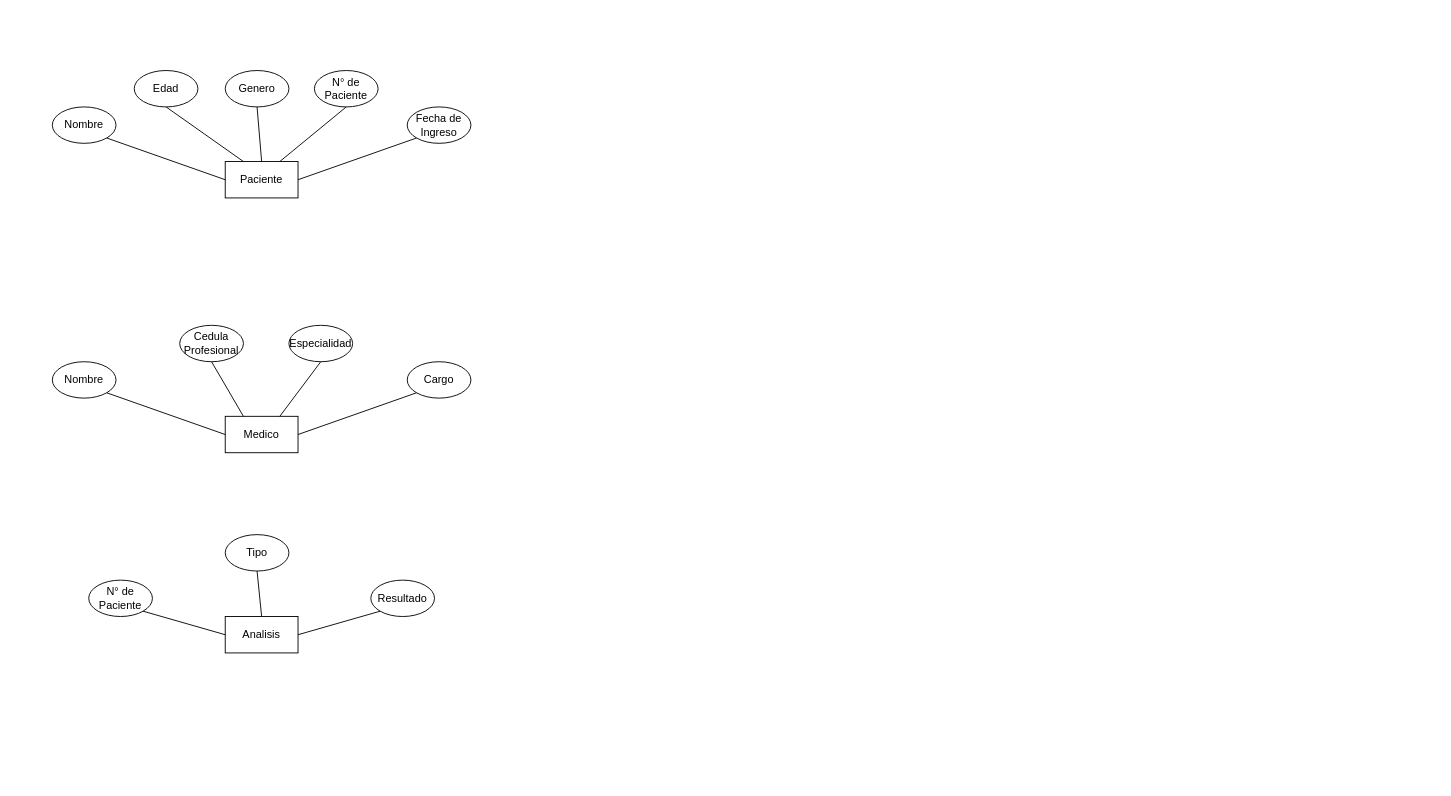
Before: page "Página-1" (1 of 2) of DIAGRAMA/Hospital.drawio in Antonia2410/fbd-Antonia-Santos, a draw.io diagram. Source tidied: cells renumbered, new cells numbered last; positions are measured from the earlier drawing's top-left corner, leaving out a move shared by most shapes. Both pictures are drawn from the tidied source at 91%, with x=0, y=0 at pixel (52, 70).
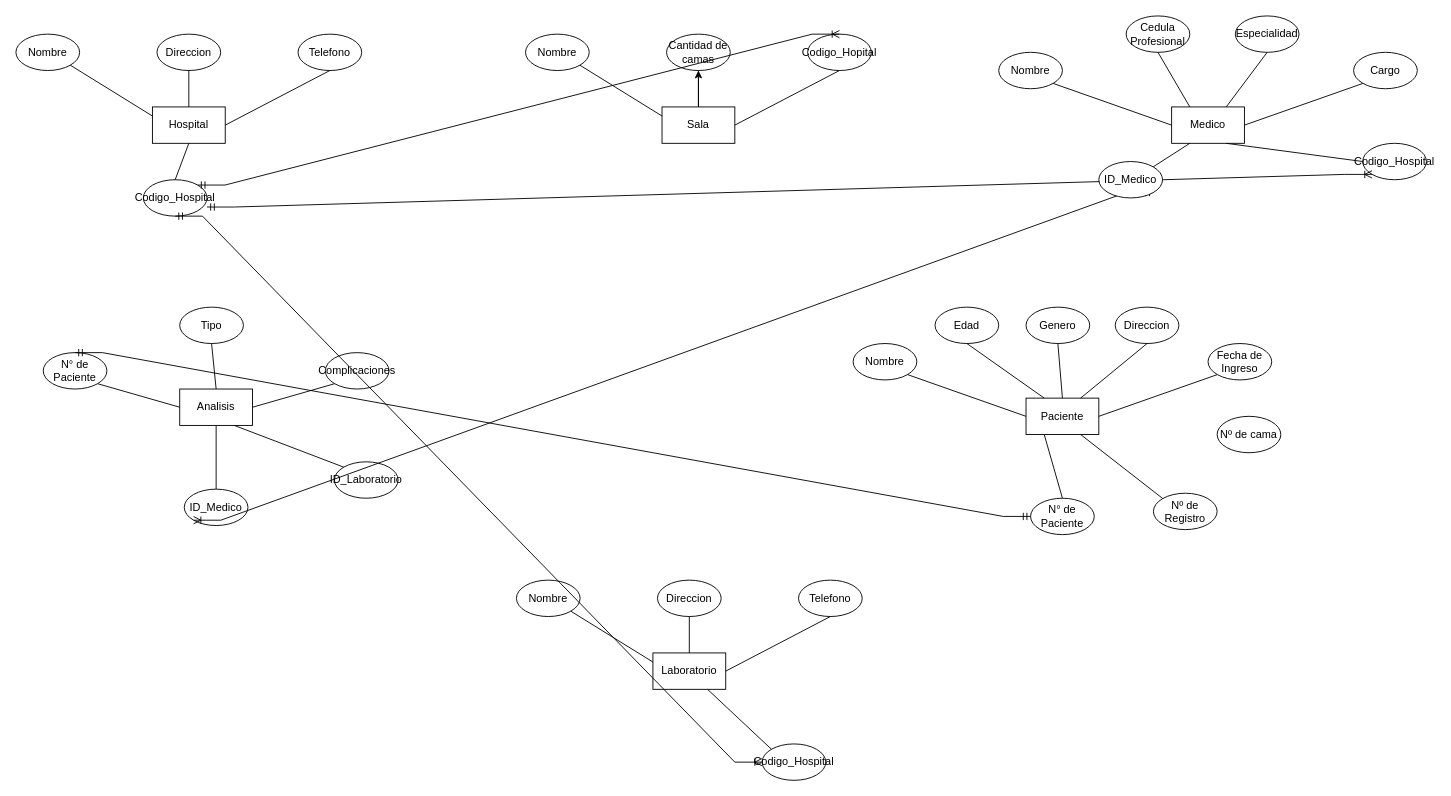
The same diagram, later.

Commit message (it also covers changes not shown here):
HOSPITAL(MODIFICADO)

What changed in the source:
```diff
@@
     <mxCell id="2" value="Nombre" style="ellipse;whiteSpace=wrap;html=1;" parent="1" vertex="1">
-      <mxGeometry y="40" width="70" height="40" as="geometry" />
+      <mxGeometry x="880" y="300" width="70" height="40" as="geometry" />
     </mxCell>
     <mxCell id="3" value="Paciente" style="rounded=0;whiteSpace=wrap;html=1;" parent="1" vertex="1">
-      <mxGeometry x="190" y="100" width="80" height="40" as="geometry" />
+      <mxGeometry x="1070" y="360" width="80" height="40" as="geometry" />
     </mxCell>
     <mxCell id="4" value="Edad" style="ellipse;whiteSpace=wrap;html=1;" parent="1" vertex="1">
-      <mxGeometry x="90" width="70" height="40" as="geometry" />
+      <mxGeometry x="970" y="260" width="70" height="40" as="geometry" />
     </mxCell>
     <mxCell id="5" value="Genero" style="ellipse;whiteSpace=wrap;html=1;" parent="1" vertex="1">
-      <mxGeometry x="190" width="70" height="40" as="geometry" />
+      <mxGeometry x="1070" y="260" width="70" height="40" as="geometry" />
     </mxCell>
-    <mxCell id="6" value="N° de Paciente" style="ellipse;whiteSpace=wrap;html=1;" parent="1" vertex="1">
-      <mxGeometry x="288" width="70" height="40" as="geometry" />
+    <mxCell id="6" value="Direccion" style="ellipse;whiteSpace=wrap;html=1;" parent="1" vertex="1">
+      <mxGeometry x="1168" y="260" width="70" height="40" as="geometry" />
     </mxCell>
     <mxCell id="7" value="Fecha de Ingreso" style="ellipse;whiteSpace=wrap;html=1;" parent="1" vertex="1">
-      <mxGeometry x="390" y="40" width="70" height="40" as="geometry" />
+      <mxGeometry x="1270" y="300" width="70" height="40" as="geometry" />
     </mxCell>
@@
     <mxCell id="13" value="Medico" style="rounded=0;whiteSpace=wrap;html=1;" parent="1" vertex="1">
-      <mxGeometry x="190" y="380" width="80" height="40" as="geometry" />
+      <mxGeometry x="1230" y="40" width="80" height="40" as="geometry" />
     </mxCell>
     <mxCell id="14" value="Nombre" style="ellipse;whiteSpace=wrap;html=1;" parent="1" vertex="1">
-      <mxGeometry y="320" width="70" height="40" as="geometry" />
+      <mxGeometry x="1040" y="-20" width="70" height="40" as="geometry" />
     </mxCell>
     <mxCell id="15" value="Cedula Profesional" style="ellipse;whiteSpace=wrap;html=1;" parent="1" vertex="1">
-      <mxGeometry x="140" y="280" width="70" height="40" as="geometry" />
+      <mxGeometry x="1180" y="-60" width="70" height="40" as="geometry" />
     </mxCell>
     <mxCell id="16" value="Especialidad" style="ellipse;whiteSpace=wrap;html=1;" parent="1" vertex="1">
-      <mxGeometry x="260" y="280" width="70" height="40" as="geometry" />
+      <mxGeometry x="1300" y="-60" width="70" height="40" as="geometry" />
     </mxCell>
     <mxCell id="17" value="Cargo" style="ellipse;whiteSpace=wrap;html=1;" parent="1" vertex="1">
-      <mxGeometry x="390" y="320" width="70" height="40" as="geometry" />
+      <mxGeometry x="1430" y="-20" width="70" height="40" as="geometry" />
     </mxCell>
@@
     <mxCell id="22" value="Analisis" style="rounded=0;whiteSpace=wrap;html=1;" parent="1" vertex="1">
-      <mxGeometry x="190" y="600" width="80" height="40" as="geometry" />
+      <mxGeometry x="140" y="350" width="80" height="40" as="geometry" />
     </mxCell>
     <mxCell id="23" value="N° de Paciente" style="ellipse;whiteSpace=wrap;html=1;" parent="1" vertex="1">
-      <mxGeometry x="40" y="560" width="70" height="40" as="geometry" />
+      <mxGeometry x="-10" y="310" width="70" height="40" as="geometry" />
     </mxCell>
     <mxCell id="24" value="Tipo" style="ellipse;whiteSpace=wrap;html=1;" parent="1" vertex="1">
-      <mxGeometry x="190" y="510" width="70" height="40" as="geometry" />
+      <mxGeometry x="140" y="260" width="70" height="40" as="geometry" />
     </mxCell>
-    <mxCell id="25" value="Resultado" style="ellipse;whiteSpace=wrap;html=1;" parent="1" vertex="1">
-      <mxGeometry x="350" y="560" width="70" height="40" as="geometry" />
+    <mxCell id="25" value="Complicaciones" style="ellipse;whiteSpace=wrap;html=1;" parent="1" vertex="1">
+      <mxGeometry x="300" y="310" width="70" height="40" as="geometry" />
     </mxCell>
@@
+    <mxCell id="29" value="Hospital" style="rounded=0;whiteSpace=wrap;html=1;" parent="1" vertex="1">
+      <mxGeometry x="110" y="40" width="80" height="40" as="geometry" />
+    </mxCell>
+    <mxCell id="30" value="Nombre" style="ellipse;whiteSpace=wrap;html=1;" parent="1" vertex="1">
+      <mxGeometry x="-40" y="-40" width="70" height="40" as="geometry" />
+    </mxCell>
+    <mxCell id="31" style="endArrow=none;html=1;rounded=0;entryX=1;entryY=1;entryDx=0;entryDy=0;exitX=0;exitY=0.25;exitDx=0;exitDy=0;" parent="1" edge="1" source="29" target="30">
+      <mxGeometry relative="1" as="geometry" />
+    </mxCell>
+    <mxCell id="32" value="Direccion" style="ellipse;whiteSpace=wrap;html=1;" parent="1" vertex="1">
+      <mxGeometry x="115" y="-40" width="70" height="40" as="geometry" />
+    </mxCell>
+    <mxCell id="33" style="endArrow=none;html=1;rounded=0;entryX=0.5;entryY=1;entryDx=0;entryDy=0;exitX=0.5;exitY=0;exitDx=0;exitDy=0;" parent="1" edge="1" source="29" target="32">
+      <mxGeometry relative="1" as="geometry" />
+    </mxCell>
+    <mxCell id="34" value="Telefono" style="ellipse;whiteSpace=wrap;html=1;" parent="1" vertex="1">
+      <mxGeometry x="270" y="-40" width="70" height="40" as="geometry" />
+    </mxCell>
+    <mxCell id="35" style="endArrow=none;html=1;rounded=0;entryX=0.5;entryY=1;entryDx=0;entryDy=0;exitX=1;exitY=0.5;exitDx=0;exitDy=0;" parent="1" edge="1" source="29" target="34">
+      <mxGeometry relative="1" as="geometry" />
+    </mxCell>
+    <mxCell id="36" style="edgeStyle=orthogonalEdgeStyle;rounded=0;jettySize=auto;html=1;" parent="1" edge="1" source="37" target="40">
+      <mxGeometry relative="1" as="geometry" />
+    </mxCell>
+    <mxCell id="37" value="Sala" style="rounded=0;whiteSpace=wrap;html=1;" parent="1" vertex="1">
+      <mxGeometry x="670" y="40" width="80" height="40" as="geometry" />
+    </mxCell>
+    <mxCell id="38" value="Nombre" style="ellipse;whiteSpace=wrap;html=1;" parent="1" vertex="1">
+      <mxGeometry x="520" y="-40" width="70" height="40" as="geometry" />
+    </mxCell>
+    <mxCell id="39" style="endArrow=none;html=1;rounded=0;entryX=1;entryY=1;entryDx=0;entryDy=0;exitX=0;exitY=0.25;exitDx=0;exitDy=0;" parent="1" edge="1" source="37" target="38">
+      <mxGeometry relative="1" as="geometry" />
+    </mxCell>
+    <mxCell id="40" value="Cantidad de camas" style="ellipse;whiteSpace=wrap;html=1;" parent="1" vertex="1">
+      <mxGeometry x="675" y="-40" width="70" height="40" as="geometry" />
+    </mxCell>
+    <mxCell id="41" style="endArrow=none;html=1;rounded=0;entryX=0.5;entryY=1;entryDx=0;entryDy=0;exitX=0.5;exitY=0;exitDx=0;exitDy=0;" parent="1" edge="1" source="37" target="40">
+      <mxGeometry relative="1" as="geometry" />
+    </mxCell>
+    <mxCell id="42" value="Codigo_Hopital" style="ellipse;whiteSpace=wrap;html=1;" parent="1" vertex="1">
+      <mxGeometry x="830" y="-40" width="70" height="40" as="geometry" />
+    </mxCell>
+    <mxCell id="43" style="endArrow=none;html=1;rounded=0;entryX=0.5;entryY=1;entryDx=0;entryDy=0;exitX=1;exitY=0.5;exitDx=0;exitDy=0;" parent="1" edge="1" source="37" target="42">
+      <mxGeometry relative="1" as="geometry" />
+    </mxCell>
+    <mxCell id="44" value="Codigo_Hospital" style="ellipse;whiteSpace=wrap;html=1;" parent="1" vertex="1">
+      <mxGeometry x="1440" y="80" width="70" height="40" as="geometry" />
+    </mxCell>
+    <mxCell id="45" style="endArrow=none;html=1;rounded=0;entryX=0.75;entryY=1;entryDx=0;entryDy=0;exitX=0;exitY=0.5;exitDx=0;exitDy=0;" parent="1" edge="1" source="44" target="13">
+      <mxGeometry relative="1" as="geometry" />
+    </mxCell>
+    <mxCell id="46" value="N° de Paciente" style="ellipse;whiteSpace=wrap;html=1;" parent="1" vertex="1">
+      <mxGeometry x="1075" y="470" width="70" height="40" as="geometry" />
+    </mxCell>
+    <mxCell id="47" value="Nº de cama" style="ellipse;whiteSpace=wrap;html=1;" parent="1" vertex="1">
+      <mxGeometry x="1280" y="380" width="70" height="40" as="geometry" />
+    </mxCell>
+    <mxCell id="48" value="Nº de Registro" style="ellipse;whiteSpace=wrap;html=1;" parent="1" vertex="1">
+      <mxGeometry x="1210" y="464.5" width="70" height="40" as="geometry" />
+    </mxCell>
+    <mxCell id="49" style="endArrow=none;html=1;rounded=0;entryX=0.75;entryY=1;entryDx=0;entryDy=0;exitX=0;exitY=0;exitDx=0;exitDy=0;" parent="1" edge="1" source="48" target="3">
+      <mxGeometry relative="1" as="geometry" />
+    </mxCell>
+    <mxCell id="50" style="endArrow=none;html=1;rounded=0;entryX=0.25;entryY=1;entryDx=0;entryDy=0;exitX=0.5;exitY=0;exitDx=0;exitDy=0;" parent="1" edge="1" source="46" target="3">
+      <mxGeometry relative="1" as="geometry" />
+    </mxCell>
+    <mxCell id="51" value="ID_Laboratorio" style="ellipse;whiteSpace=wrap;html=1;" parent="1" vertex="1">
+      <mxGeometry x="310" y="430" width="70" height="40" as="geometry" />
+    </mxCell>
+    <mxCell id="52" value="ID_Medico" style="ellipse;whiteSpace=wrap;html=1;" parent="1" vertex="1">
+      <mxGeometry x="145" y="460" width="70" height="40" as="geometry" />
+    </mxCell>
+    <mxCell id="53" style="endArrow=none;html=1;rounded=0;entryX=0.5;entryY=1;entryDx=0;entryDy=0;exitX=0.5;exitY=0;exitDx=0;exitDy=0;" parent="1" edge="1" source="52" target="22">
+      <mxGeometry relative="1" as="geometry" />
+    </mxCell>
+    <mxCell id="54" style="endArrow=none;html=1;rounded=0;entryX=0.75;entryY=1;entryDx=0;entryDy=0;exitX=0;exitY=0;exitDx=0;exitDy=0;" parent="1" edge="1" source="51" target="22">
+      <mxGeometry relative="1" as="geometry" />
+    </mxCell>
+    <mxCell id="55" value="Laboratorio" style="rounded=0;whiteSpace=wrap;html=1;" parent="1" vertex="1">
+      <mxGeometry x="660" y="640" width="80" height="40" as="geometry" />
+    </mxCell>
+    <mxCell id="56" value="Nombre" style="ellipse;whiteSpace=wrap;html=1;" parent="1" vertex="1">
+      <mxGeometry x="510" y="560" width="70" height="40" as="geometry" />
+    </mxCell>
+    <mxCell id="57" style="endArrow=none;html=1;rounded=0;entryX=1;entryY=1;entryDx=0;entryDy=0;exitX=0;exitY=0.25;exitDx=0;exitDy=0;" parent="1" edge="1" source="55" target="56">
+      <mxGeometry relative="1" as="geometry" />
+    </mxCell>
+    <mxCell id="58" value="Direccion" style="ellipse;whiteSpace=wrap;html=1;" parent="1" vertex="1">
+      <mxGeometry x="665" y="560" width="70" height="40" as="geometry" />
+    </mxCell>
+    <mxCell id="59" style="endArrow=none;html=1;rounded=0;entryX=0.5;entryY=1;entryDx=0;entryDy=0;exitX=0.5;exitY=0;exitDx=0;exitDy=0;" parent="1" edge="1" source="55" target="58">
+      <mxGeometry relative="1" as="geometry" />
+    </mxCell>
+    <mxCell id="60" value="Telefono" style="ellipse;whiteSpace=wrap;html=1;" parent="1" vertex="1">
+      <mxGeometry x="820" y="560" width="70" height="40" as="geometry" />
+    </mxCell>
+    <mxCell id="61" style="endArrow=none;html=1;rounded=0;entryX=0.5;entryY=1;entryDx=0;entryDy=0;exitX=1;exitY=0.5;exitDx=0;exitDy=0;" parent="1" edge="1" source="55" target="60">
+      <mxGeometry relative="1" as="geometry" />
+    </mxCell>
+    <mxCell id="62" value="Codigo_Hospital" style="ellipse;whiteSpace=wrap;html=1;" parent="1" vertex="1">
+      <mxGeometry x="780" y="740" width="70" height="40" as="geometry" />
+    </mxCell>
+    <mxCell id="63" style="endArrow=none;html=1;rounded=0;entryX=0;entryY=0;entryDx=0;entryDy=0;exitX=0.75;exitY=1;exitDx=0;exitDy=0;" parent="1" edge="1" source="55" target="62">
+      <mxGeometry relative="1" as="geometry" />
+    </mxCell>
+    <mxCell id="64" style="edgeStyle=entityRelationEdgeStyle;fontSize=12;html=1;endArrow=ERoneToMany;startArrow=ERmandOne;rounded=0;entryX=0;entryY=1;entryDx=0;entryDy=0;exitX=0.5;exitY=1;exitDx=0;exitDy=0;" parent="1" edge="1" target="44">
+      <mxGeometry relative="1" as="geometry">
+        <mxPoint x="170" y="150" as="sourcePoint" />
+        <Array as="points">
+          <mxPoint x="240" y="80" />
+          <mxPoint x="410" y="10" />
+          <mxPoint x="430" y="220" />
+          <mxPoint x="380" y="220" />
+          <mxPoint x="280" y="540" />
+          <mxPoint x="240" y="250" />
+          <mxPoint x="220" y="170" />
+          <mxPoint x="220" y="260" />
+          <mxPoint x="210" y="170" />
+          <mxPoint x="210" y="200" />
+        </Array>
+      </mxGeometry>
+    </mxCell>
+    <mxCell id="65" value="Codigo_Hospital" style="ellipse;whiteSpace=wrap;html=1;" parent="1" vertex="1">
+      <mxGeometry x="100" y="120" width="70" height="40" as="geometry" />
+    </mxCell>
+    <mxCell id="66" style="endArrow=none;html=1;rounded=0;entryX=0.5;entryY=0;entryDx=0;entryDy=0;exitX=0.5;exitY=1;exitDx=0;exitDy=0;" parent="1" edge="1" source="29" target="65">
+      <mxGeometry relative="1" as="geometry" />
+    </mxCell>
+    <mxCell id="67" style="edgeStyle=entityRelationEdgeStyle;fontSize=12;html=1;endArrow=ERoneToMany;startArrow=ERmandOne;rounded=0;exitX=0.5;exitY=1;exitDx=0;exitDy=0;entryX=0;entryY=0.5;entryDx=0;entryDy=0;" parent="1" edge="1" source="65" target="62">
+      <mxGeometry relative="1" as="geometry">
+        <Array as="points">
+          <mxPoint x="610" y="255" />
+          <mxPoint x="860" y="245" />
+          <mxPoint x="590" y="335" />
+          <mxPoint x="1000" y="385" />
+          <mxPoint x="900" y="705" />
+          <mxPoint x="860" y="415" />
+          <mxPoint x="840" y="335" />
+          <mxPoint x="840" y="425" />
+          <mxPoint x="830" y="335" />
+          <mxPoint x="830" y="365" />
+        </Array>
+      </mxGeometry>
+    </mxCell>
+    <mxCell id="68" style="edgeStyle=entityRelationEdgeStyle;fontSize=12;html=1;endArrow=ERoneToMany;startArrow=ERmandOne;rounded=0;exitX=1;exitY=0;exitDx=0;exitDy=0;entryX=0.5;entryY=0;entryDx=0;entryDy=0;" parent="1" edge="1" source="65" target="42">
+      <mxGeometry relative="1" as="geometry">
+        <Array as="points">
+          <mxPoint x="-20" y="20" />
+          <mxPoint x="230" y="10" />
+          <mxPoint x="-40" y="100" />
+          <mxPoint x="370" y="150" />
+          <mxPoint x="270" y="470" />
+          <mxPoint x="230" y="180" />
+          <mxPoint x="210" y="100" />
+          <mxPoint x="210" y="190" />
+          <mxPoint x="200" y="100" />
+          <mxPoint x="200" y="130" />
+        </Array>
+      </mxGeometry>
+    </mxCell>
+    <mxCell id="69" style="edgeStyle=entityRelationEdgeStyle;fontSize=12;html=1;endArrow=ERoneToMany;startArrow=ERmandOne;rounded=0;entryX=0;entryY=1;entryDx=0;entryDy=0;exitX=1;exitY=1;exitDx=0;exitDy=0;" parent="1" edge="1" source="70" target="52">
+      <mxGeometry relative="1" as="geometry">
+        <Array as="points">
+          <mxPoint x="1036" y="135" />
+        </Array>
+      </mxGeometry>
+    </mxCell>
+    <mxCell id="70" value="ID_Medico" style="ellipse;whiteSpace=wrap;html=1;" parent="1" vertex="1">
+      <mxGeometry x="1150" y="100" width="70" height="40" as="geometry" />
+    </mxCell>
+    <mxCell id="71" style="endArrow=none;html=1;rounded=0;entryX=1;entryY=0;entryDx=0;entryDy=0;exitX=0.25;exitY=1;exitDx=0;exitDy=0;" parent="1" edge="1" source="13" target="70">
+      <mxGeometry relative="1" as="geometry" />
+    </mxCell>
+    <mxCell id="72" style="edgeStyle=entityRelationEdgeStyle;fontSize=12;html=1;endArrow=ERmandOne;startArrow=ERmandOne;rounded=0;entryX=0;entryY=0.5;entryDx=0;entryDy=0;exitX=0.5;exitY=0;exitDx=0;exitDy=0;" parent="1" edge="1" source="23" target="46">
+      <mxGeometry relative="1" as="geometry">
+        <Array as="points">
+          <mxPoint x="40" y="350" />
+          <mxPoint x="495" y="250" />
+          <mxPoint x="80" y="550" />
+          <mxPoint x="545" y="490" />
+          <mxPoint x="585" y="280" />
+          <mxPoint x="575" y="450" />
+        </Array>
+      </mxGeometry>
+    </mxCell>
```
